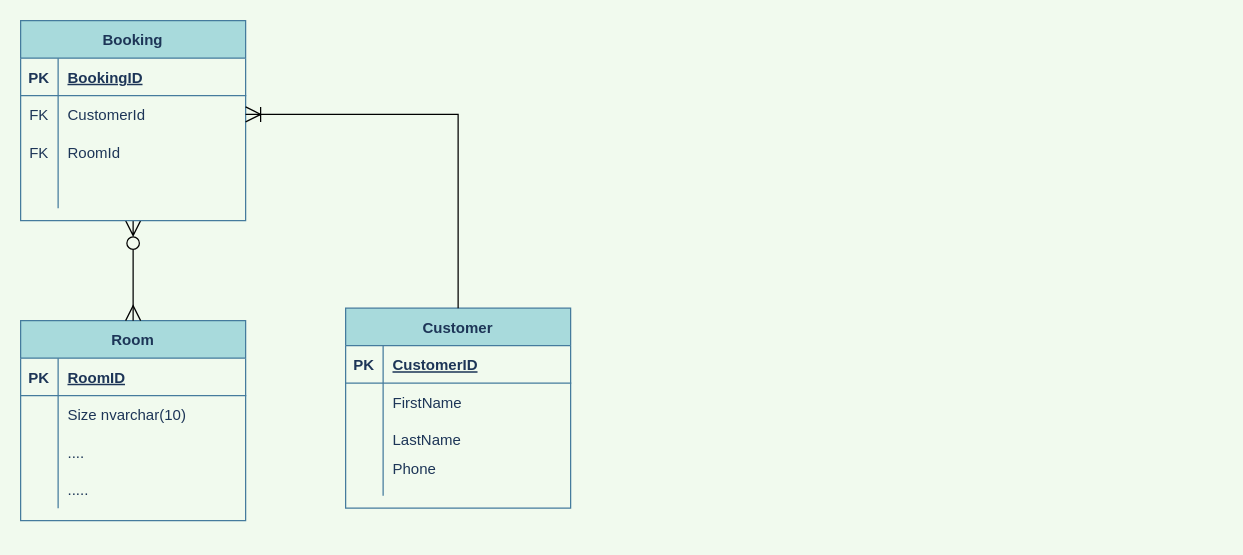
Malinwtz/HotelBooking keeps this draw.io diagram as Extra files/HotellModellering.drawio. Above is the earlier version. Source tidied: cells renumbered, new cells numbered last; positions are measured from the earlier drawing's top-left corner, leaving out a move shared by most shapes. Both pictures are drawn from the tidied source at 125%, with x=0, y=0 at pixel (20, 20).
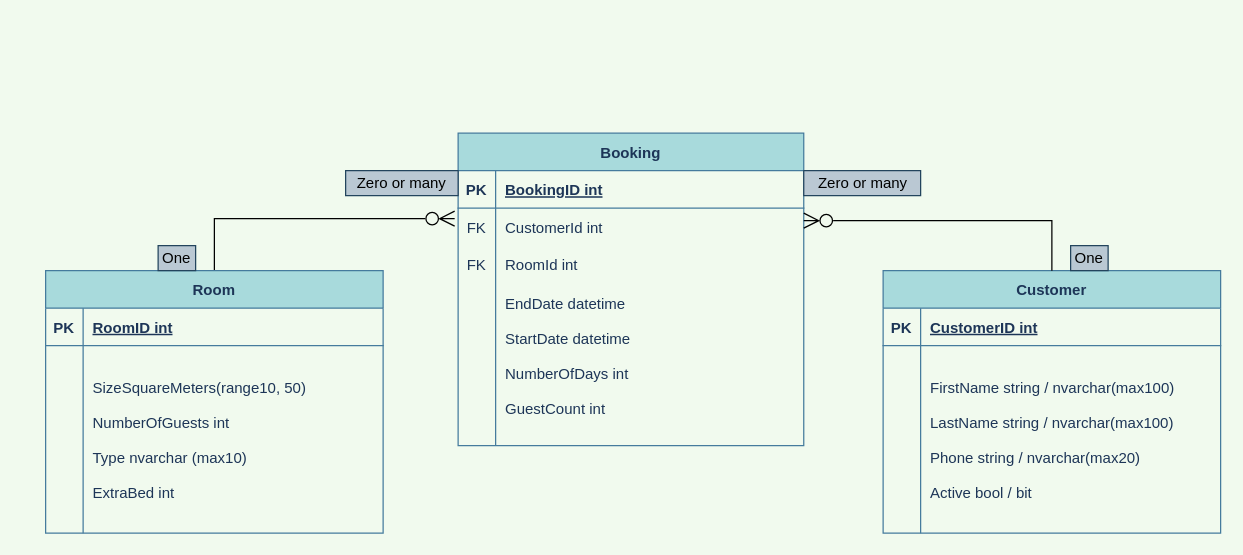
Above is the later version.

Diff of the diagram source:
```diff
@@
+    <mxCell id="43" style="edgeStyle=orthogonalEdgeStyle;rounded=0;jettySize=auto;html=1;entryX=-0.01;entryY=0.28;entryDx=0;entryDy=0;entryPerimeter=0;startArrow=none;startFill=0;endArrow=ERzeroToMany;endFill=0;strokeWidth=1;endSize=10;" parent="1" edge="1" source="2" target="33">
+      <mxGeometry relative="1" as="geometry" />
+    </mxCell>
     <mxCell id="2" value="Room" style="shape=table;startSize=30;childLayout=tableLayout;rowLines=0;fontStyle=1;align=center;fontColor=#1D3557;strokeColor=#457B9D;fillColor=#A8DADC;" parent="1" vertex="1">
-      <mxGeometry y="240" width="180" height="160" as="geometry" />
+      <mxGeometry x="20" y="200" width="270" height="210" as="geometry" />
     </mxCell>
     <mxCell id="3" style="shape=tableRow;horizontal=0;startSize=0;swimlaneHead=0;swimlaneBody=0;fillColor=none;top=0;left=0;right=0;bottom=1;fontColor=#1D3557;strokeColor=#457B9D;" parent="2" vertex="1">
-      <mxGeometry y="30" width="180" height="30" as="geometry" />
+      <mxGeometry y="30" width="270" height="30" as="geometry" />
     </mxCell>
@@
-    <mxCell id="5" value="RoomID" style="shape=partialRectangle;fillColor=none;top=0;left=0;bottom=0;right=0;align=left;spacingLeft=6;fontStyle=5;overflow=hidden;fontColor=#1D3557;strokeColor=#457B9D;" parent="3" vertex="1">
-      <mxGeometry x="30" width="150" height="30" as="geometry" />
+    <mxCell id="5" value="RoomID int" style="shape=partialRectangle;fillColor=none;top=0;left=0;bottom=0;right=0;align=left;spacingLeft=6;fontStyle=5;overflow=hidden;fontColor=#1D3557;strokeColor=#457B9D;" parent="3" vertex="1">
+      <mxGeometry x="30" width="240" height="30" as="geometry" />
     </mxCell>
     <mxCell id="6" style="shape=tableRow;horizontal=0;startSize=0;swimlaneHead=0;swimlaneBody=0;fillColor=none;top=0;left=0;right=0;bottom=0;fontColor=#1D3557;strokeColor=#457B9D;" parent="2" vertex="1">
-      <mxGeometry y="60" width="180" height="30" as="geometry" />
+      <mxGeometry y="60" width="270" height="150" as="geometry" />
     </mxCell>
     <mxCell id="7" style="shape=partialRectangle;fillColor=none;top=0;left=0;bottom=0;right=0;overflow=hidden;fontColor=#1D3557;strokeColor=#457B9D;" parent="6" vertex="1">
-      <mxGeometry width="30" height="30" as="geometry" />
+      <mxGeometry width="30" height="150" as="geometry" />
     </mxCell>
-    <mxCell id="8" value="Size nvarchar(10)" style="shape=partialRectangle;fillColor=none;top=0;left=0;bottom=0;right=0;align=left;spacingLeft=6;overflow=hidden;fontColor=#1D3557;strokeColor=#457B9D;" parent="6" vertex="1">
-      <mxGeometry x="30" width="150" height="30" as="geometry" />
+    <mxCell id="8" value="SizeSquareMeters(range10, 50)&#10;&#10;NumberOfGuests int&#10;&#10;Type nvarchar (max10)&#10;&#10;ExtraBed int" style="shape=partialRectangle;fillColor=none;top=0;left=0;bottom=0;right=0;align=left;spacingLeft=6;overflow=hidden;fontColor=#1D3557;strokeColor=#457B9D;" parent="6" vertex="1">
+      <mxGeometry x="30" width="240" height="150" as="geometry" />
     </mxCell>
-    <mxCell id="9" style="shape=tableRow;horizontal=0;startSize=0;swimlaneHead=0;swimlaneBody=0;fillColor=none;top=0;left=0;right=0;bottom=0;fontColor=#1D3557;strokeColor=#457B9D;" parent="2" vertex="1">
-      <mxGeometry y="90" width="180" height="30" as="geometry" />
-    </mxCell>
-    <mxCell id="10" style="shape=partialRectangle;fillColor=none;top=0;left=0;bottom=0;right=0;overflow=hidden;fontColor=#1D3557;strokeColor=#457B9D;" parent="9" vertex="1">
-      <mxGeometry width="30" height="30" as="geometry" />
-    </mxCell>
-    <mxCell id="11" value="...." style="shape=partialRectangle;fillColor=none;top=0;left=0;bottom=0;right=0;align=left;spacingLeft=6;overflow=hidden;fontColor=#1D3557;strokeColor=#457B9D;" parent="9" vertex="1">
-      <mxGeometry x="30" width="150" height="30" as="geometry" />
-    </mxCell>
-    <mxCell id="12" style="shape=tableRow;horizontal=0;startSize=0;swimlaneHead=0;swimlaneBody=0;fillColor=none;top=0;left=0;right=0;bottom=0;fontColor=#1D3557;strokeColor=#457B9D;" parent="2" vertex="1">
-      <mxGeometry y="120" width="180" height="30" as="geometry" />
-    </mxCell>
-    <mxCell id="13" style="shape=partialRectangle;fillColor=none;top=0;left=0;bottom=0;right=0;overflow=hidden;fontColor=#1D3557;strokeColor=#457B9D;" parent="12" vertex="1">
-      <mxGeometry width="30" height="30" as="geometry" />
-    </mxCell>
-    <mxCell id="14" value="....." style="shape=partialRectangle;fillColor=none;top=0;left=0;bottom=0;right=0;align=left;spacingLeft=6;overflow=hidden;fontColor=#1D3557;strokeColor=#457B9D;" parent="12" vertex="1">
-      <mxGeometry x="30" width="150" height="30" as="geometry" />
-    </mxCell>
     <mxCell id="15" value="Customer" style="shape=table;startSize=30;childLayout=tableLayout;rowLines=0;fontStyle=1;align=center;fontColor=#1D3557;strokeColor=#457B9D;fillColor=#A8DADC;" parent="1" vertex="1">
-      <mxGeometry x="260" y="230" width="180" height="160" as="geometry" />
+      <mxGeometry x="690" y="200" width="270" height="210" as="geometry" />
     </mxCell>
     <mxCell id="16" style="shape=tableRow;horizontal=0;startSize=0;swimlaneHead=0;swimlaneBody=0;fillColor=none;top=0;left=0;right=0;bottom=1;fontColor=#1D3557;strokeColor=#457B9D;" parent="15" vertex="1">
-      <mxGeometry y="30" width="180" height="30" as="geometry" />
+      <mxGeometry y="30" width="270" height="30" as="geometry" />
     </mxCell>
@@
-    <mxCell id="18" value="CustomerID" style="shape=partialRectangle;fillColor=none;top=0;left=0;bottom=0;right=0;align=left;spacingLeft=6;fontStyle=5;overflow=hidden;fontColor=#1D3557;strokeColor=#457B9D;" parent="16" vertex="1">
-      <mxGeometry x="30" width="150" height="30" as="geometry" />
+    <mxCell id="18" value="CustomerID int" style="shape=partialRectangle;fillColor=none;top=0;left=0;bottom=0;right=0;align=left;spacingLeft=6;fontStyle=5;overflow=hidden;fontColor=#1D3557;strokeColor=#457B9D;" parent="16" vertex="1">
+      <mxGeometry x="30" width="240" height="30" as="geometry" />
     </mxCell>
     <mxCell id="19" style="shape=tableRow;horizontal=0;startSize=0;swimlaneHead=0;swimlaneBody=0;fillColor=none;top=0;left=0;right=0;bottom=0;fontColor=#1D3557;strokeColor=#457B9D;" parent="15" vertex="1">
-      <mxGeometry y="60" width="180" height="30" as="geometry" />
+      <mxGeometry y="60" width="270" height="150" as="geometry" />
     </mxCell>
     <mxCell id="20" style="shape=partialRectangle;fillColor=none;top=0;left=0;bottom=0;right=0;overflow=hidden;fontColor=#1D3557;strokeColor=#457B9D;" parent="19" vertex="1">
-      <mxGeometry width="30" height="30" as="geometry" />
+      <mxGeometry width="30" height="150" as="geometry" />
     </mxCell>
-    <mxCell id="21" value="FirstName" style="shape=partialRectangle;fillColor=none;top=0;left=0;bottom=0;right=0;align=left;spacingLeft=6;overflow=hidden;fontColor=#1D3557;strokeColor=#457B9D;" parent="19" vertex="1">
-      <mxGeometry x="30" width="150" height="30" as="geometry" />
+    <mxCell id="21" value="FirstName string / nvarchar(max100)&#10;&#10;LastName string / nvarchar(max100)&#10;&#10;Phone string / nvarchar(max20)&#10;&#10;Active bool / bit" style="shape=partialRectangle;fillColor=none;top=0;left=0;bottom=0;right=0;align=left;spacingLeft=6;overflow=hidden;fontColor=#1D3557;strokeColor=#457B9D;" parent="19" vertex="1">
+      <mxGeometry x="30" width="240" height="150" as="geometry" />
     </mxCell>
-    <mxCell id="22" style="shape=tableRow;horizontal=0;startSize=0;swimlaneHead=0;swimlaneBody=0;fillColor=none;top=0;left=0;right=0;bottom=0;fontColor=#1D3557;strokeColor=#457B9D;" parent="15" vertex="1">
-      <mxGeometry y="90" width="180" height="30" as="geometry" />
-    </mxCell>
-    <mxCell id="23" style="shape=partialRectangle;fillColor=none;top=0;left=0;bottom=0;right=0;overflow=hidden;fontColor=#1D3557;strokeColor=#457B9D;" parent="22" vertex="1">
-      <mxGeometry width="30" height="30" as="geometry" />
-    </mxCell>
-    <mxCell id="24" value="LastName" style="shape=partialRectangle;fillColor=none;top=0;left=0;bottom=0;right=0;align=left;spacingLeft=6;overflow=hidden;fontColor=#1D3557;strokeColor=#457B9D;" parent="22" vertex="1">
-      <mxGeometry x="30" width="150" height="30" as="geometry" />
-    </mxCell>
-    <mxCell id="25" style="shape=tableRow;horizontal=0;startSize=0;swimlaneHead=0;swimlaneBody=0;fillColor=none;top=0;left=0;right=0;bottom=0;fontColor=#1D3557;strokeColor=#457B9D;" parent="15" vertex="1">
-      <mxGeometry y="120" width="180" height="30" as="geometry" />
-    </mxCell>
-    <mxCell id="26" style="shape=partialRectangle;fillColor=none;top=0;left=0;bottom=0;right=0;overflow=hidden;fontColor=#1D3557;strokeColor=#457B9D;" parent="25" vertex="1">
-      <mxGeometry width="30" height="30" as="geometry" />
-    </mxCell>
-    <mxCell id="27" value="Phone&#10;" style="shape=partialRectangle;fillColor=none;top=0;left=0;bottom=0;right=0;align=left;spacingLeft=6;overflow=hidden;fontColor=#1D3557;strokeColor=#457B9D;" parent="25" vertex="1">
-      <mxGeometry x="30" width="150" height="30" as="geometry" />
-    </mxCell>
-    <mxCell id="28" style="edgeStyle=orthogonalEdgeStyle;rounded=0;jettySize=auto;html=1;entryX=0.5;entryY=0;entryDx=0;entryDy=0;startArrow=ERzeroToMany;startFill=0;startSize=10;endSize=10;endArrow=ERmany;endFill=0;" parent="1" edge="1" source="29" target="2">
-      <mxGeometry relative="1" as="geometry" />
-    </mxCell>
     <mxCell id="29" value="Booking" style="shape=table;startSize=30;childLayout=tableLayout;rowLines=0;fontStyle=1;align=center;fontColor=#1D3557;strokeColor=#457B9D;fillColor=#A8DADC;" parent="1" vertex="1">
-      <mxGeometry width="180" height="160" as="geometry" />
+      <mxGeometry x="350" y="90" width="276.5" height="250" as="geometry" />
     </mxCell>
     <mxCell id="30" style="shape=tableRow;horizontal=0;startSize=0;swimlaneHead=0;swimlaneBody=0;fillColor=none;top=0;left=0;right=0;bottom=1;fontColor=#1D3557;strokeColor=#457B9D;" parent="29" vertex="1">
-      <mxGeometry y="30" width="180" height="30" as="geometry" />
+      <mxGeometry y="30" width="276.5" height="30" as="geometry" />
     </mxCell>
@@
-    <mxCell id="32" value="BookingID" style="shape=partialRectangle;fillColor=none;top=0;left=0;bottom=0;right=0;align=left;spacingLeft=6;fontStyle=5;overflow=hidden;fontColor=#1D3557;strokeColor=#457B9D;" parent="30" vertex="1">
-      <mxGeometry x="30" width="150" height="30" as="geometry" />
+    <mxCell id="32" value="BookingID int" style="shape=partialRectangle;fillColor=none;top=0;left=0;bottom=0;right=0;align=left;spacingLeft=6;fontStyle=5;overflow=hidden;fontColor=#1D3557;strokeColor=#457B9D;" parent="30" vertex="1">
+      <mxGeometry x="30" width="246.5" height="30" as="geometry" />
     </mxCell>
     <mxCell id="33" style="shape=tableRow;horizontal=0;startSize=0;swimlaneHead=0;swimlaneBody=0;fillColor=none;points=[[0,0.5],[1,0.5]];portConstraint=eastwest;top=0;left=0;right=0;bottom=0;fontColor=#1D3557;strokeColor=#457B9D;" parent="29" vertex="1">
-      <mxGeometry y="60" width="180" height="30" as="geometry" />
+      <mxGeometry y="60" width="276.5" height="30" as="geometry" />
     </mxCell>
@@
-    <mxCell id="35" value="CustomerId" style="shape=partialRectangle;fillColor=none;top=0;left=0;bottom=0;right=0;align=left;spacingLeft=6;overflow=hidden;fontColor=#1D3557;strokeColor=#457B9D;" parent="33" vertex="1">
-      <mxGeometry x="30" width="150" height="30" as="geometry" />
+    <mxCell id="35" value="CustomerId int" style="shape=partialRectangle;fillColor=none;top=0;left=0;bottom=0;right=0;align=left;spacingLeft=6;overflow=hidden;fontColor=#1D3557;strokeColor=#457B9D;" parent="33" vertex="1">
+      <mxGeometry x="30" width="246.5" height="30" as="geometry" />
     </mxCell>
     <mxCell id="36" style="shape=tableRow;horizontal=0;startSize=0;swimlaneHead=0;swimlaneBody=0;fillColor=none;top=0;left=0;right=0;bottom=0;fontColor=#1D3557;strokeColor=#457B9D;" parent="29" vertex="1">
-      <mxGeometry y="90" width="180" height="30" as="geometry" />
+      <mxGeometry y="90" width="276.5" height="30" as="geometry" />
     </mxCell>
@@
-    <mxCell id="38" value="RoomId" style="shape=partialRectangle;fillColor=none;top=0;left=0;bottom=0;right=0;align=left;spacingLeft=6;overflow=hidden;fontColor=#1D3557;strokeColor=#457B9D;" parent="36" vertex="1">
-      <mxGeometry x="30" width="150" height="30" as="geometry" />
+    <mxCell id="38" value="RoomId int" style="shape=partialRectangle;fillColor=none;top=0;left=0;bottom=0;right=0;align=left;spacingLeft=6;overflow=hidden;fontColor=#1D3557;strokeColor=#457B9D;" parent="36" vertex="1">
+      <mxGeometry x="30" width="246.5" height="30" as="geometry" />
     </mxCell>
     <mxCell id="39" style="shape=tableRow;horizontal=0;startSize=0;swimlaneHead=0;swimlaneBody=0;fillColor=none;top=0;left=0;right=0;bottom=0;fontColor=#1D3557;strokeColor=#457B9D;" parent="29" vertex="1">
-      <mxGeometry y="120" width="180" height="30" as="geometry" />
+      <mxGeometry y="120" width="276.5" height="130" as="geometry" />
     </mxCell>
     <mxCell id="40" style="shape=partialRectangle;fillColor=none;top=0;left=0;bottom=0;right=0;overflow=hidden;fontColor=#1D3557;strokeColor=#457B9D;" parent="39" vertex="1">
-      <mxGeometry width="30" height="30" as="geometry" />
+      <mxGeometry width="30" height="130" as="geometry" />
     </mxCell>
-    <mxCell id="41" style="shape=partialRectangle;fillColor=none;top=0;left=0;bottom=0;right=0;align=left;spacingLeft=6;overflow=hidden;fontColor=#1D3557;strokeColor=#457B9D;" parent="39" vertex="1">
-      <mxGeometry x="30" width="150" height="30" as="geometry" />
+    <mxCell id="41" value="EndDate datetime&#10;&#10;StartDate datetime&#10;&#10;NumberOfDays int&#10;&#10;GuestCount int&#10;" style="shape=partialRectangle;fillColor=none;top=0;left=0;bottom=0;right=0;align=left;spacingLeft=6;overflow=hidden;fontColor=#1D3557;strokeColor=#457B9D;" parent="39" vertex="1">
+      <mxGeometry x="30" width="246.5" height="130" as="geometry" />
     </mxCell>
-    <mxCell id="42" style="edgeStyle=orthogonalEdgeStyle;rounded=0;jettySize=auto;html=1;entryX=0.5;entryY=0;entryDx=0;entryDy=0;endArrow=none;endFill=0;startArrow=ERoneToMany;startFill=0;strokeWidth=1;endSize=10;startSize=10;" parent="1" edge="1" source="33" target="15">
-      <mxGeometry relative="1" as="geometry" />
+    <mxCell id="42" style="edgeStyle=orthogonalEdgeStyle;rounded=0;jettySize=auto;html=1;entryX=0.5;entryY=0;entryDx=0;entryDy=0;endArrow=none;endFill=0;startArrow=ERzeroToMany;startFill=0;strokeWidth=1;endSize=10;startSize=10;" parent="1" edge="1" source="33" target="15">
+      <mxGeometry relative="1" as="geometry">
+        <Array as="points">
+          <mxPoint x="825" y="160" />
+        </Array>
+      </mxGeometry>
     </mxCell>
+    <mxCell id="44" style="shape=partialRectangle;fillColor=none;top=0;left=0;bottom=0;right=0;align=left;spacingLeft=6;overflow=hidden;fontColor=#1D3557;strokeColor=#457B9D;" parent="1" vertex="1">
+      <mxGeometry x="270" y="330" width="150" height="30" as="geometry" />
+    </mxCell>
+    <mxCell id="45" value="Zero or many" style="text;html=1;strokeColor=#23445d;fillColor=#bac8d3;align=center;verticalAlign=middle;whiteSpace=wrap;rounded=0;" parent="1" vertex="1">
+      <mxGeometry x="260" y="120" width="90" height="20" as="geometry" />
+    </mxCell>
+    <mxCell id="46" value="One" style="text;html=1;strokeColor=#23445d;fillColor=#bac8d3;align=center;verticalAlign=middle;whiteSpace=wrap;rounded=0;" parent="1" vertex="1">
+      <mxGeometry x="110" y="180" width="30" height="20" as="geometry" />
+    </mxCell>
+    <mxCell id="47" value="Zero or many" style="text;html=1;strokeColor=#23445d;fillColor=#bac8d3;align=center;verticalAlign=middle;whiteSpace=wrap;rounded=0;fillStyle=auto;" parent="1" vertex="1">
+      <mxGeometry x="626.5" y="120" width="93.5" height="20" as="geometry" />
+    </mxCell>
+    <mxCell id="48" value="One" style="text;html=1;strokeColor=#23445d;fillColor=#bac8d3;align=center;verticalAlign=middle;whiteSpace=wrap;rounded=0;" parent="1" vertex="1">
+      <mxGeometry x="840" y="180" width="30" height="20" as="geometry" />
+    </mxCell>
```
